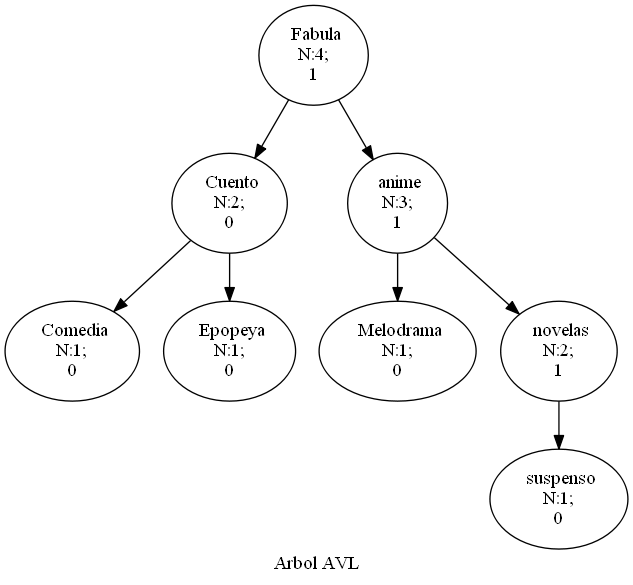
This is EDD_Proyecto2/Reportes/ArbolAVL.png from hr9457/EDD_1S2020_PY2_201314296, a Graphviz export, as it was before one commit. Its source is kept beside it as EDD_Proyecto2/ArchivosDot/ArbolAVL.dot.
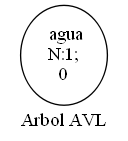
After the commit.

What changed in the source:
```diff
@@ -1,34 +1,6 @@
 digraph arbolAVL{
 rankdir=TB;
-nodoFabula[ label = " Fabula
-N:4;
-1" ];
-nodoFabula->nodoCuento;
-nodoCuento[ label = " Cuento
-N:2;
-0" ];
-nodoCuento->nodoComedia;
-nodoComedia[ label = " Comedia
-N:1;
-0" ];
-nodoCuento->nodoEpopeya;
-nodoEpopeya[ label = " Epopeya
-N:1;
-0" ];
-nodoFabula->nodoanime;
-nodoanime[ label = " anime
-N:3;
-1" ];
-nodoanime->nodoMelodrama;
-nodoMelodrama[ label = " Melodrama
-N:1;
-0" ];
-nodoanime->nodonovelas;
-nodonovelas[ label = " novelas
-N:2;
-1" ];
-nodonovelas->nodosuspenso;
-nodosuspenso[ label = " suspenso
+nodoagua[ label = " agua
 N:1;
 0" ];
 
```
